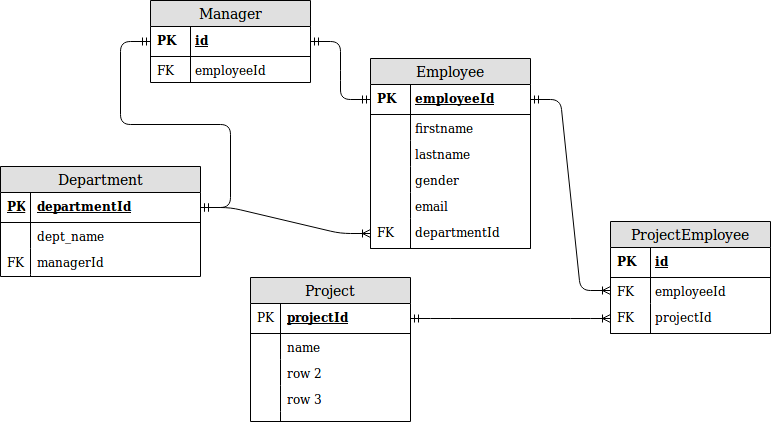
Before: all_relations_case_study.png, a diagram exported from draw.io (noviirna/H8-P1-SkemaDB). Source tidied: cells renumbered, new cells last; positions are measured from the earlier drawing's top-left corner, leaving out a move shared by most shapes. Its diagram source:
```xml
<mxGraphModel>
  <root>
    <mxCell id="0" />
    <mxCell id="1" parent="0" />
    <mxCell id="2" style="edgeStyle=entityRelationEdgeStyle;fontSize=12;html=1;endArrow=ERmandOne;startArrow=ERmandOne;entryX=0;entryY=0.5;entryDx=0;entryDy=0;exitX=1;exitY=0.5;exitDx=0;exitDy=0;" parent="1" edge="1" source="19" target="51">
      <mxGeometry relative="1" as="geometry" />
    </mxCell>
    <mxCell id="3" value="Employee" style="swimlane;fontStyle=0;horizontal=1;startSize=26;fillColor=#e0e0e0;swimlaneFillColor=#ffffff;align=center;fontSize=14;" parent="1" vertex="1">
      <mxGeometry x="370" y="58" width="160" height="190" as="geometry" />
    </mxCell>
    <mxCell id="4" value="employeeId" style="shape=partialRectangle;top=0;left=0;right=0;bottom=1;align=left;verticalAlign=middle;fillColor=none;spacingLeft=42;spacingRight=4;overflow=hidden;points=[[0,0.5],[1,0.5]];portConstraint=eastwest;fontStyle=5;fontSize=12;" parent="3" vertex="1">
      <mxGeometry y="26" width="160" height="30" as="geometry" />
    </mxCell>
    <mxCell id="5" value="PK" style="shape=partialRectangle;top=0;left=0;bottom=0;fillColor=none;align=left;verticalAlign=middle;spacingLeft=4;spacingRight=4;overflow=hidden;fontSize=12;fontStyle=1;" parent="4" vertex="1">
      <mxGeometry width="40" height="30" as="geometry" />
    </mxCell>
    <mxCell id="6" value="firstname" style="shape=partialRectangle;top=0;left=0;right=0;bottom=0;align=left;verticalAlign=top;fillColor=none;spacingLeft=42;spacingRight=4;overflow=hidden;fontSize=12;" parent="3" vertex="1">
      <mxGeometry y="56" width="160" height="26" as="geometry" />
    </mxCell>
    <mxCell id="7" style="shape=partialRectangle;top=0;left=0;bottom=0;fillColor=none;align=left;verticalAlign=top;spacingLeft=4;spacingRight=4;overflow=hidden;fontSize=12;" parent="6" vertex="1">
      <mxGeometry width="40" height="26" as="geometry" />
    </mxCell>
    <mxCell id="8" value="lastname" style="shape=partialRectangle;top=0;left=0;right=0;bottom=0;align=left;verticalAlign=top;fillColor=none;spacingLeft=42;spacingRight=4;overflow=hidden;fontSize=12;" parent="3" vertex="1">
      <mxGeometry y="82" width="160" height="26" as="geometry" />
    </mxCell>
    <mxCell id="9" style="shape=partialRectangle;top=0;left=0;bottom=0;fillColor=none;align=left;verticalAlign=top;spacingLeft=4;spacingRight=4;overflow=hidden;fontSize=12;" parent="8" vertex="1">
      <mxGeometry width="40" height="26" as="geometry" />
    </mxCell>
    <mxCell id="10" value="gender" style="shape=partialRectangle;top=0;left=0;right=0;bottom=0;align=left;verticalAlign=top;fillColor=none;spacingLeft=42;spacingRight=4;overflow=hidden;fontSize=12;" parent="3" vertex="1">
      <mxGeometry y="108" width="160" height="26" as="geometry" />
    </mxCell>
    <mxCell id="11" style="shape=partialRectangle;top=0;left=0;bottom=0;fillColor=none;align=left;verticalAlign=top;spacingLeft=4;spacingRight=4;overflow=hidden;fontSize=12;" parent="10" vertex="1">
      <mxGeometry width="40" height="26" as="geometry" />
    </mxCell>
    <mxCell id="12" value="email" style="shape=partialRectangle;top=0;left=0;right=0;bottom=0;align=left;verticalAlign=top;fillColor=none;spacingLeft=42;spacingRight=4;overflow=hidden;fontSize=12;" parent="3" vertex="1">
      <mxGeometry y="134" width="160" height="26" as="geometry" />
    </mxCell>
    <mxCell id="13" style="shape=partialRectangle;top=0;left=0;bottom=0;fillColor=none;align=left;verticalAlign=top;spacingLeft=4;spacingRight=4;overflow=hidden;fontSize=12;" parent="12" vertex="1">
      <mxGeometry width="40" height="26" as="geometry" />
    </mxCell>
    <mxCell id="14" style="shape=partialRectangle;top=0;left=0;right=0;bottom=0;align=left;verticalAlign=top;fillColor=none;spacingLeft=34;spacingRight=4;overflow=hidden;fontSize=12;" parent="3" vertex="1">
      <mxGeometry y="160" width="160" as="geometry" />
    </mxCell>
    <mxCell id="15" style="shape=partialRectangle;top=0;left=0;bottom=0;fillColor=none;align=left;verticalAlign=top;spacingLeft=4;spacingRight=4;overflow=hidden;fontSize=12;" parent="14" vertex="1">
      <mxGeometry width="30" as="geometry" />
    </mxCell>
    <mxCell id="16" value="departmentId" style="shape=partialRectangle;top=0;left=0;right=0;bottom=1;align=left;verticalAlign=middle;fillColor=none;spacingLeft=42;spacingRight=4;overflow=hidden;points=[[0,0.5],[1,0.5]];portConstraint=eastwest;fontStyle=0;fontSize=12;labelBorderColor=none;" parent="3" vertex="1">
      <mxGeometry y="160" width="160" height="30" as="geometry" />
    </mxCell>
    <mxCell id="17" value="FK" style="shape=partialRectangle;top=0;left=0;bottom=0;fillColor=none;align=left;verticalAlign=middle;spacingLeft=4;spacingRight=4;overflow=hidden;fontSize=12;fontStyle=0;" parent="16" vertex="1">
      <mxGeometry width="40" height="30" as="geometry" />
    </mxCell>
    <mxCell id="18" value="Department" style="swimlane;fontStyle=0;horizontal=1;startSize=26;fillColor=#e0e0e0;swimlaneFillColor=#ffffff;align=center;fontSize=14;" parent="1" vertex="1">
      <mxGeometry y="166" width="200" height="110" as="geometry" />
    </mxCell>
    <mxCell id="19" value="departmentId" style="shape=partialRectangle;top=0;left=0;right=0;bottom=1;align=left;verticalAlign=middle;fillColor=none;spacingLeft=34;spacingRight=4;overflow=hidden;points=[[0,0.5],[1,0.5]];portConstraint=eastwest;fontStyle=5;fontSize=12;" parent="18" vertex="1">
      <mxGeometry y="26" width="200" height="30" as="geometry" />
    </mxCell>
    <mxCell id="20" value="PK" style="shape=partialRectangle;top=0;left=0;bottom=0;fillColor=none;align=left;verticalAlign=middle;spacingLeft=4;spacingRight=4;overflow=hidden;fontSize=12;fontStyle=5;" parent="19" vertex="1">
      <mxGeometry width="30" height="30" as="geometry" />
    </mxCell>
    <mxCell id="21" value="dept_name" style="shape=partialRectangle;top=0;left=0;right=0;bottom=0;align=left;verticalAlign=top;fillColor=none;spacingLeft=34;spacingRight=4;overflow=hidden;fontSize=12;" parent="18" vertex="1">
      <mxGeometry y="56" width="200" height="26" as="geometry" />
    </mxCell>
    <mxCell id="22" style="shape=partialRectangle;top=0;left=0;bottom=0;fillColor=none;align=left;verticalAlign=top;spacingLeft=4;spacingRight=4;overflow=hidden;fontSize=12;" parent="21" vertex="1">
      <mxGeometry width="30" height="26" as="geometry" />
    </mxCell>
    <mxCell id="23" value="managerId" style="shape=partialRectangle;top=0;left=0;right=0;bottom=0;align=left;verticalAlign=top;fillColor=none;spacingLeft=34;spacingRight=4;overflow=hidden;fontSize=12;" parent="18" vertex="1">
      <mxGeometry y="82" width="200" height="26" as="geometry" />
    </mxCell>
    <mxCell id="24" value="FK" style="shape=partialRectangle;top=0;left=0;bottom=0;fillColor=none;align=left;verticalAlign=top;spacingLeft=4;spacingRight=4;overflow=hidden;fontSize=12;" parent="23" vertex="1">
      <mxGeometry width="30" height="26" as="geometry" />
    </mxCell>
    <mxCell id="25" style="shape=partialRectangle;top=0;left=0;right=0;bottom=0;align=left;verticalAlign=top;fillColor=none;spacingLeft=34;spacingRight=4;overflow=hidden;fontSize=12;" parent="18" vertex="1">
      <mxGeometry y="108" width="200" height="2" as="geometry" />
    </mxCell>
    <mxCell id="26" style="shape=partialRectangle;top=0;left=0;bottom=0;fillColor=none;align=left;verticalAlign=top;spacingLeft=4;spacingRight=4;overflow=hidden;fontSize=12;" parent="25" vertex="1">
      <mxGeometry width="30" height="2" as="geometry" />
    </mxCell>
    <mxCell id="27" style="edgeStyle=entityRelationEdgeStyle;fontSize=12;html=1;endArrow=ERoneToMany;startArrow=ERmandOne;exitX=1;exitY=0.5;exitDx=0;exitDy=0;entryX=0;entryY=0.5;entryDx=0;entryDy=0;" parent="1" edge="1" source="19" target="16">
      <mxGeometry relative="1" as="geometry" />
    </mxCell>
    <mxCell id="28" value="Project" style="swimlane;fontStyle=0;horizontal=1;startSize=26;fillColor=#e0e0e0;swimlaneFillColor=#ffffff;align=center;fontSize=14;" parent="1" vertex="1">
      <mxGeometry x="250" y="277" width="160" height="144" as="geometry" />
    </mxCell>
    <mxCell id="29" value="projectId" style="shape=partialRectangle;top=0;left=0;right=0;bottom=1;align=left;verticalAlign=middle;fillColor=none;spacingLeft=34;spacingRight=4;overflow=hidden;points=[[0,0.5],[1,0.5]];portConstraint=eastwest;fontStyle=5;fontSize=12;" parent="28" vertex="1">
      <mxGeometry y="26" width="160" height="30" as="geometry" />
    </mxCell>
    <mxCell id="30" value="PK" style="shape=partialRectangle;top=0;left=0;bottom=0;fillColor=none;align=left;verticalAlign=middle;spacingLeft=4;spacingRight=4;overflow=hidden;fontSize=12;" parent="29" vertex="1">
      <mxGeometry width="30" height="30" as="geometry" />
    </mxCell>
    <mxCell id="31" value="name" style="shape=partialRectangle;top=0;left=0;right=0;bottom=0;align=left;verticalAlign=top;fillColor=none;spacingLeft=34;spacingRight=4;overflow=hidden;fontSize=12;" parent="28" vertex="1">
      <mxGeometry y="56" width="160" height="26" as="geometry" />
    </mxCell>
    <mxCell id="32" style="shape=partialRectangle;top=0;left=0;bottom=0;fillColor=none;align=left;verticalAlign=top;spacingLeft=4;spacingRight=4;overflow=hidden;fontSize=12;" parent="31" vertex="1">
      <mxGeometry width="30" height="26" as="geometry" />
    </mxCell>
    <mxCell id="33" value="row 2" style="shape=partialRectangle;top=0;left=0;right=0;bottom=0;align=left;verticalAlign=top;fillColor=none;spacingLeft=34;spacingRight=4;overflow=hidden;fontSize=12;" parent="28" vertex="1">
      <mxGeometry y="82" width="160" height="26" as="geometry" />
    </mxCell>
    <mxCell id="34" style="shape=partialRectangle;top=0;left=0;bottom=0;fillColor=none;align=left;verticalAlign=top;spacingLeft=4;spacingRight=4;overflow=hidden;fontSize=12;" parent="33" vertex="1">
      <mxGeometry width="30" height="26" as="geometry" />
    </mxCell>
    <mxCell id="35" value="row 3" style="shape=partialRectangle;top=0;left=0;right=0;bottom=0;align=left;verticalAlign=top;fillColor=none;spacingLeft=34;spacingRight=4;overflow=hidden;fontSize=12;" parent="28" vertex="1">
      <mxGeometry y="108" width="160" height="26" as="geometry" />
    </mxCell>
    <mxCell id="36" style="shape=partialRectangle;top=0;left=0;bottom=0;fillColor=none;align=left;verticalAlign=top;spacingLeft=4;spacingRight=4;overflow=hidden;fontSize=12;" parent="35" vertex="1">
      <mxGeometry width="30" height="26" as="geometry" />
    </mxCell>
    <mxCell id="37" style="shape=partialRectangle;top=0;left=0;right=0;bottom=0;align=left;verticalAlign=top;fillColor=none;spacingLeft=34;spacingRight=4;overflow=hidden;fontSize=12;" parent="28" vertex="1">
      <mxGeometry y="134" width="160" height="10" as="geometry" />
    </mxCell>
    <mxCell id="38" style="shape=partialRectangle;top=0;left=0;bottom=0;fillColor=none;align=left;verticalAlign=top;spacingLeft=4;spacingRight=4;overflow=hidden;fontSize=12;" parent="37" vertex="1">
      <mxGeometry width="30" height="10" as="geometry" />
    </mxCell>
    <mxCell id="39" value="ProjectEmployee" style="swimlane;fontStyle=0;horizontal=1;startSize=26;fillColor=#e0e0e0;swimlaneFillColor=#ffffff;align=center;fontSize=14;" parent="1" vertex="1">
      <mxGeometry x="610" y="221" width="160" height="112" as="geometry" />
    </mxCell>
    <mxCell id="40" value="id" style="shape=partialRectangle;top=0;left=0;right=0;bottom=1;align=left;verticalAlign=middle;fillColor=none;spacingLeft=42;spacingRight=4;overflow=hidden;fontStyle=5;fontSize=12;" parent="39" vertex="1">
      <mxGeometry y="26" width="160" height="30" as="geometry" />
    </mxCell>
    <mxCell id="41" value="PK" style="shape=partialRectangle;top=0;left=0;bottom=0;fillColor=none;align=left;verticalAlign=middle;spacingLeft=4;spacingRight=4;overflow=hidden;fontSize=12;fontStyle=1;" parent="40" vertex="1">
      <mxGeometry width="40" height="30" as="geometry" />
    </mxCell>
    <mxCell id="42" style="shape=partialRectangle;top=0;left=0;right=0;bottom=0;align=left;verticalAlign=top;fillColor=none;spacingLeft=34;spacingRight=4;overflow=hidden;fontSize=12;" parent="39" vertex="1">
      <mxGeometry y="56" width="160" as="geometry" />
    </mxCell>
    <mxCell id="43" style="shape=partialRectangle;top=0;left=0;bottom=0;fillColor=none;align=left;verticalAlign=top;spacingLeft=4;spacingRight=4;overflow=hidden;fontSize=12;" parent="42" vertex="1">
      <mxGeometry width="30" as="geometry" />
    </mxCell>
    <mxCell id="44" value="employeeId" style="shape=partialRectangle;top=0;left=0;right=0;bottom=0;align=left;verticalAlign=top;fillColor=none;spacingLeft=42;spacingRight=4;overflow=hidden;points=[[0,0.5],[1,0.5]];portConstraint=eastwest;fontSize=12;" parent="39" vertex="1">
      <mxGeometry y="56" width="160" height="26" as="geometry" />
    </mxCell>
    <mxCell id="45" value="FK" style="shape=partialRectangle;top=0;left=0;bottom=0;fillColor=none;align=left;verticalAlign=top;spacingLeft=4;spacingRight=4;overflow=hidden;fontSize=12;" parent="44" vertex="1">
      <mxGeometry width="40" height="26" as="geometry" />
    </mxCell>
    <mxCell id="46" value="projectId" style="shape=partialRectangle;top=0;left=0;right=0;bottom=1;align=left;verticalAlign=middle;fillColor=none;spacingLeft=42;spacingRight=4;overflow=hidden;points=[[0,0.5],[1,0.5]];portConstraint=eastwest;fontStyle=0;fontSize=12;labelBorderColor=none;" parent="39" vertex="1">
      <mxGeometry y="82" width="160" height="30" as="geometry" />
    </mxCell>
    <mxCell id="47" value="FK" style="shape=partialRectangle;top=0;left=0;bottom=0;fillColor=none;align=left;verticalAlign=middle;spacingLeft=4;spacingRight=4;overflow=hidden;fontSize=12;fontStyle=0;" parent="46" vertex="1">
      <mxGeometry width="40" height="30" as="geometry" />
    </mxCell>
    <mxCell id="48" style="edgeStyle=entityRelationEdgeStyle;fontSize=12;html=1;endArrow=ERoneToMany;startArrow=ERmandOne;entryX=0;entryY=0.5;entryDx=0;entryDy=0;exitX=1;exitY=0.5;exitDx=0;exitDy=0;" parent="1" edge="1" source="29" target="46">
      <mxGeometry relative="1" as="geometry" />
    </mxCell>
    <mxCell id="49" style="edgeStyle=entityRelationEdgeStyle;fontSize=12;html=1;endArrow=ERoneToMany;startArrow=ERmandOne;exitX=1;exitY=0.5;exitDx=0;exitDy=0;entryX=0;entryY=0.5;entryDx=0;entryDy=0;" parent="1" edge="1" source="4" target="44">
      <mxGeometry relative="1" as="geometry" />
    </mxCell>
    <mxCell id="50" value="Manager" style="swimlane;fontStyle=0;horizontal=1;startSize=26;fillColor=#e0e0e0;swimlaneFillColor=#ffffff;align=center;fontSize=14;" parent="1" vertex="1">
      <mxGeometry x="150" width="160" height="82" as="geometry" />
    </mxCell>
    <mxCell id="51" value="id" style="shape=partialRectangle;top=0;left=0;right=0;bottom=1;align=left;verticalAlign=middle;fillColor=none;spacingLeft=42;spacingRight=4;overflow=hidden;points=[[0,0.5],[1,0.5]];portConstraint=eastwest;fontStyle=5;fontSize=12;" parent="50" vertex="1">
      <mxGeometry y="26" width="160" height="30" as="geometry" />
    </mxCell>
    <mxCell id="52" value="PK" style="shape=partialRectangle;top=0;left=0;bottom=0;fillColor=none;align=left;verticalAlign=middle;spacingLeft=4;spacingRight=4;overflow=hidden;fontSize=12;fontStyle=1;" parent="51" vertex="1">
      <mxGeometry width="40" height="30" as="geometry" />
    </mxCell>
    <mxCell id="53" style="shape=partialRectangle;top=0;left=0;right=0;bottom=0;align=left;verticalAlign=top;fillColor=none;spacingLeft=34;spacingRight=4;overflow=hidden;fontSize=12;" parent="50" vertex="1">
      <mxGeometry y="56" width="160" as="geometry" />
    </mxCell>
    <mxCell id="54" style="shape=partialRectangle;top=0;left=0;bottom=0;fillColor=none;align=left;verticalAlign=top;spacingLeft=4;spacingRight=4;overflow=hidden;fontSize=12;" parent="53" vertex="1">
      <mxGeometry width="30" as="geometry" />
    </mxCell>
    <mxCell id="55" value="employeeId" style="shape=partialRectangle;top=0;left=0;right=0;bottom=0;align=left;verticalAlign=top;fillColor=none;spacingLeft=42;spacingRight=4;overflow=hidden;fontSize=12;" parent="50" vertex="1">
      <mxGeometry y="56" width="160" height="26" as="geometry" />
    </mxCell>
    <mxCell id="56" value="FK" style="shape=partialRectangle;top=0;left=0;bottom=0;fillColor=none;align=left;verticalAlign=top;spacingLeft=4;spacingRight=4;overflow=hidden;fontSize=12;" parent="55" vertex="1">
      <mxGeometry width="40" height="26" as="geometry" />
    </mxCell>
    <mxCell id="57" style="edgeStyle=entityRelationEdgeStyle;fontSize=12;html=1;endArrow=ERmandOne;startArrow=ERmandOne;entryX=0;entryY=0.5;entryDx=0;entryDy=0;exitX=1;exitY=0.5;exitDx=0;exitDy=0;" parent="1" edge="1" source="51" target="4">
      <mxGeometry relative="1" as="geometry" />
    </mxCell>
  </root>
</mxGraphModel>
```
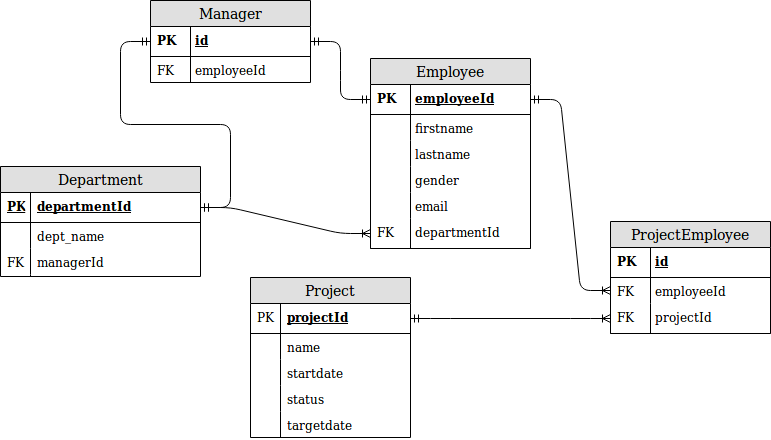
The same diagram one commit later.

Diff of the diagram source:
```diff
@@ -81,7 +81,7 @@
       <mxGeometry relative="1" as="geometry" />
     </mxCell>
     <mxCell id="28" value="Project" style="swimlane;fontStyle=0;horizontal=1;startSize=26;fillColor=#e0e0e0;swimlaneFillColor=#ffffff;align=center;fontSize=14;" parent="1" vertex="1">
-      <mxGeometry x="250" y="277" width="160" height="144" as="geometry" />
+      <mxGeometry x="250" y="277" width="160" height="160" as="geometry" />
     </mxCell>
     <mxCell id="29" value="projectId" style="shape=partialRectangle;top=0;left=0;right=0;bottom=1;align=left;verticalAlign=middle;fillColor=none;spacingLeft=34;spacingRight=4;overflow=hidden;points=[[0,0.5],[1,0.5]];portConstraint=eastwest;fontStyle=5;fontSize=12;" parent="28" vertex="1">
       <mxGeometry y="26" width="160" height="30" as="geometry" />
@@ -95,24 +95,24 @@
     <mxCell id="32" style="shape=partialRectangle;top=0;left=0;bottom=0;fillColor=none;align=left;verticalAlign=top;spacingLeft=4;spacingRight=4;overflow=hidden;fontSize=12;" parent="31" vertex="1">
       <mxGeometry width="30" height="26" as="geometry" />
     </mxCell>
-    <mxCell id="33" value="row 2" style="shape=partialRectangle;top=0;left=0;right=0;bottom=0;align=left;verticalAlign=top;fillColor=none;spacingLeft=34;spacingRight=4;overflow=hidden;fontSize=12;" parent="28" vertex="1">
-      <mxGeometry y="82" width="160" height="26" as="geometry" />
-    </mxCell>
-    <mxCell id="34" style="shape=partialRectangle;top=0;left=0;bottom=0;fillColor=none;align=left;verticalAlign=top;spacingLeft=4;spacingRight=4;overflow=hidden;fontSize=12;" parent="33" vertex="1">
-      <mxGeometry width="30" height="26" as="geometry" />
-    </mxCell>
-    <mxCell id="35" value="row 3" style="shape=partialRectangle;top=0;left=0;right=0;bottom=0;align=left;verticalAlign=top;fillColor=none;spacingLeft=34;spacingRight=4;overflow=hidden;fontSize=12;" parent="28" vertex="1">
-      <mxGeometry y="108" width="160" height="26" as="geometry" />
+    <mxCell id="35" value="startdate" style="shape=partialRectangle;top=0;left=0;right=0;bottom=0;align=left;verticalAlign=top;fillColor=none;spacingLeft=34;spacingRight=4;overflow=hidden;fontSize=12;" parent="28" vertex="1">
+      <mxGeometry y="82" width="160" height="26" as="geometry" />
     </mxCell>
     <mxCell id="36" style="shape=partialRectangle;top=0;left=0;bottom=0;fillColor=none;align=left;verticalAlign=top;spacingLeft=4;spacingRight=4;overflow=hidden;fontSize=12;" parent="35" vertex="1">
       <mxGeometry width="30" height="26" as="geometry" />
     </mxCell>
-    <mxCell id="37" style="shape=partialRectangle;top=0;left=0;right=0;bottom=0;align=left;verticalAlign=top;fillColor=none;spacingLeft=34;spacingRight=4;overflow=hidden;fontSize=12;" parent="28" vertex="1">
-      <mxGeometry y="134" width="160" height="10" as="geometry" />
-    </mxCell>
-    <mxCell id="38" style="shape=partialRectangle;top=0;left=0;bottom=0;fillColor=none;align=left;verticalAlign=top;spacingLeft=4;spacingRight=4;overflow=hidden;fontSize=12;" parent="37" vertex="1">
-      <mxGeometry width="30" height="10" as="geometry" />
-    </mxCell>
+    <mxCell id="58" value="status" style="shape=partialRectangle;top=0;left=0;right=0;bottom=0;align=left;verticalAlign=top;fillColor=none;spacingLeft=34;spacingRight=4;overflow=hidden;fontSize=12;" parent="28" vertex="1">
+      <mxGeometry y="108" width="160" height="26" as="geometry" />
+    </mxCell>
+    <mxCell id="59" style="shape=partialRectangle;top=0;left=0;bottom=0;fillColor=none;align=left;verticalAlign=top;spacingLeft=4;spacingRight=4;overflow=hidden;fontSize=12;" parent="58" vertex="1">
+      <mxGeometry width="30" height="26" as="geometry" />
+    </mxCell>
+    <mxCell id="60" value="targetdate" style="shape=partialRectangle;top=0;left=0;right=0;bottom=0;align=left;verticalAlign=top;fillColor=none;spacingLeft=34;spacingRight=4;overflow=hidden;fontSize=12;" parent="28" vertex="1">
+      <mxGeometry y="134" width="160" height="26" as="geometry" />
+    </mxCell>
+    <mxCell id="61" style="shape=partialRectangle;top=0;left=0;bottom=0;fillColor=none;align=left;verticalAlign=top;spacingLeft=4;spacingRight=4;overflow=hidden;fontSize=12;" parent="60" vertex="1">
+      <mxGeometry width="30" height="26" as="geometry" />
+    </mxCell>
     <mxCell id="39" value="ProjectEmployee" style="swimlane;fontStyle=0;horizontal=1;startSize=26;fillColor=#e0e0e0;swimlaneFillColor=#ffffff;align=center;fontSize=14;" parent="1" vertex="1">
       <mxGeometry x="610" y="221" width="160" height="112" as="geometry" />
     </mxCell>
```
